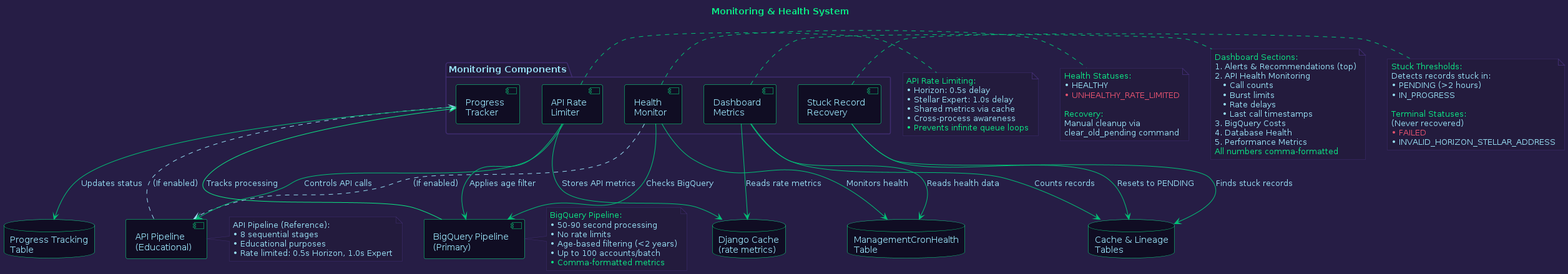
areveur51/StellarMapWeb keeps this PlantUML diagram as diagrams/05_monitoring_system.png. Above is the earlier version.
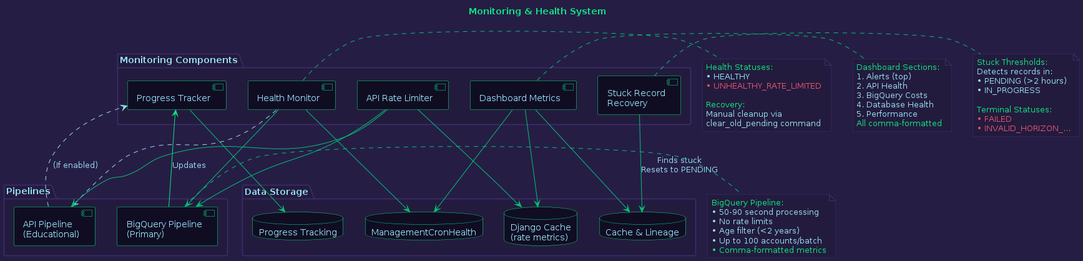
After the commit.

The edit, as a diff of the source:
```diff
@@ -30,56 +30,54 @@
 
 title <color:#0BE784>Monitoring & Health System
 
-package "Monitoring Components" #231B3D {
-  component "Health\nMonitor" as HealthMonitor
-  component "Stuck Record\nRecovery" as Recovery
-  component "Progress\nTracker" as ProgressTracker
-  component "API Rate\nLimiter" as RateLimiter
-  component "Dashboard\nMetrics" as Dashboard
+top to bottom direction
+
+package "Pipelines" #231B3D {
+  component "BigQuery Pipeline\n(Primary)" as BQPipeline
+  component "API Pipeline\n(Educational)" as APIPipeline
 }
 
-component "BigQuery Pipeline\n(Primary)" as BQPipeline
-component "API Pipeline\n(Educational)" as APIPipeline
+package "Monitoring Components" #231B3D {
+  component "Health Monitor" as HealthMonitor
+  component "Progress Tracker" as ProgressTracker
+  component "Stuck Record\nRecovery" as Recovery
+  component "API Rate Limiter" as RateLimiter
+  component "Dashboard Metrics" as Dashboard
+}
 
-database "ManagementCronHealth\nTable" as HealthDB
-database "Progress Tracking\nTable" as ProgressDB
-database "Cache & Lineage\nTables" as DataDB
-database "Django Cache\n(rate metrics)" as CacheDB
+package "Data Storage" #231B3D {
+  database "ManagementCronHealth" as HealthDB
+  database "Progress Tracking" as ProgressDB
+  database "Cache & Lineage" as DataDB
+  database "Django Cache\n(rate metrics)" as CacheDB
+}
 
-BQPipeline -[#0BE784]-> ProgressTracker : "Tracks processing"
+BQPipeline -[#0BE784]-> ProgressTracker : "Updates"
 APIPipeline -[#96DDF2,dashed]-> ProgressTracker : "(If enabled)"
 
-ProgressTracker -[#01C176]-> ProgressDB : "Updates status"
+ProgressTracker -[#01C176]-> ProgressDB
 
-HealthMonitor -[#01C176]-> HealthDB : "Monitors health"
-HealthMonitor -[#01C176]-> BQPipeline : "Checks BigQuery"
-HealthMonitor -[#96DDF2,dashed]-> APIPipeline : "(If enabled)"
+HealthMonitor -[#01C176]-> HealthDB
+HealthMonitor -[#01C176]-> BQPipeline
+HealthMonitor -[#96DDF2,dashed]-> APIPipeline
 
-Recovery -[#01C176]-> DataDB : "Finds stuck records"
-Recovery -[#01C176]-> DataDB : "Resets to PENDING"
+Recovery -[#01C176]-> DataDB : "Finds stuck\nResets to PENDING"
 
-RateLimiter -[#01C176]-> CacheDB : "Stores API metrics"
-RateLimiter -[#01C176]-> APIPipeline : "Controls API calls"
-RateLimiter -[#01C176]-> BQPipeline : "Applies age filter"
+RateLimiter -[#01C176]-> CacheDB
+RateLimiter -[#01C176]-> APIPipeline
+RateLimiter -[#01C176]-> BQPipeline
 
-Dashboard -[#01C176]-> HealthDB : "Reads health data"
-Dashboard -[#01C176]-> CacheDB : "Reads rate metrics"
-Dashboard -[#01C176]-> DataDB : "Counts records"
+Dashboard -[#01C176]-> HealthDB
+Dashboard -[#01C176]-> CacheDB
+Dashboard -[#01C176]-> DataDB
 
 note right of BQPipeline #231B3D
   <color:#0BE784>BigQuery Pipeline:
   <color:#96DDF2>• 50-90 second processing
   <color:#96DDF2>• No rate limits
-  <color:#96DDF2>• Age-based filtering (<2 years)
+  <color:#96DDF2>• Age filter (<2 years)
   <color:#96DDF2>• Up to 100 accounts/batch
   <color:#0BE784>• Comma-formatted metrics
-end note
-
-note right of APIPipeline #231B3D
-  <color:#96DDF2>API Pipeline (Reference):
-  <color:#96DDF2>• 8 sequential stages
-  <color:#96DDF2>• Educational purposes
-  <color:#96DDF2>• Rate limited: 0.5s Horizon, 1.0s Expert
 end note
 
 note right of HealthMonitor #231B3D
@@ -94,37 +92,23 @@
 
 note right of Recovery #231B3D
   <color:#0BE784>Stuck Thresholds:
-  <color:#96DDF2>Detects records stuck in:
+  <color:#96DDF2>Detects records in:
   • PENDING (>2 hours)
   • IN_PROGRESS
 
   <color:#0BE784>Terminal Statuses:
-  <color:#96DDF2>(Never recovered)
   <color:#E5526F>• FAILED
-  • INVALID_HORIZON_STELLAR_ADDRESS
-end note
-
-note right of RateLimiter #231B3D
-  <color:#0BE784>API Rate Limiting:
-  <color:#96DDF2>• Horizon: 0.5s delay
-  <color:#96DDF2>• Stellar Expert: 1.0s delay
-  <color:#96DDF2>• Shared metrics via cache
-  <color:#96DDF2>• Cross-process awareness
-  <color:#0BE784>• Prevents infinite queue loops
+  <color:#E5526F>• INVALID_HORIZON_...
 end note
 
 note right of Dashboard #231B3D
   <color:#0BE784>Dashboard Sections:
-  <color:#96DDF2>1. Alerts & Recommendations (top)
-  <color:#96DDF2>2. API Health Monitoring
-  <color:#96DDF2>   • Call counts
-  <color:#96DDF2>   • Burst limits
-  <color:#96DDF2>   • Rate delays
-  <color:#96DDF2>   • Last call timestamps
+  <color:#96DDF2>1. Alerts (top)
+  <color:#96DDF2>2. API Health
   <color:#96DDF2>3. BigQuery Costs
   <color:#96DDF2>4. Database Health
-  <color:#96DDF2>5. Performance Metrics
-  <color:#0BE784>All numbers comma-formatted
+  <color:#96DDF2>5. Performance
+  <color:#0BE784>All comma-formatted
 end note
 
 @enduml
```
